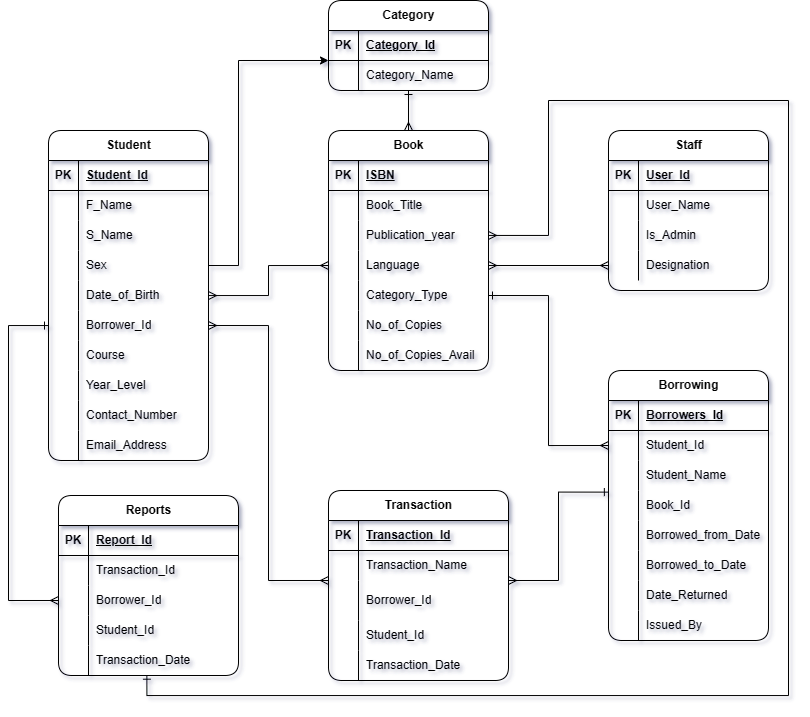
Jayrou12345/Flowchart keeps this draw.io diagram as ERP.png. Above is the earlier version. Source tidied: cells renumbered, new cells last; positions are measured from the earlier drawing's top-left corner, leaving out a move shared by most shapes.
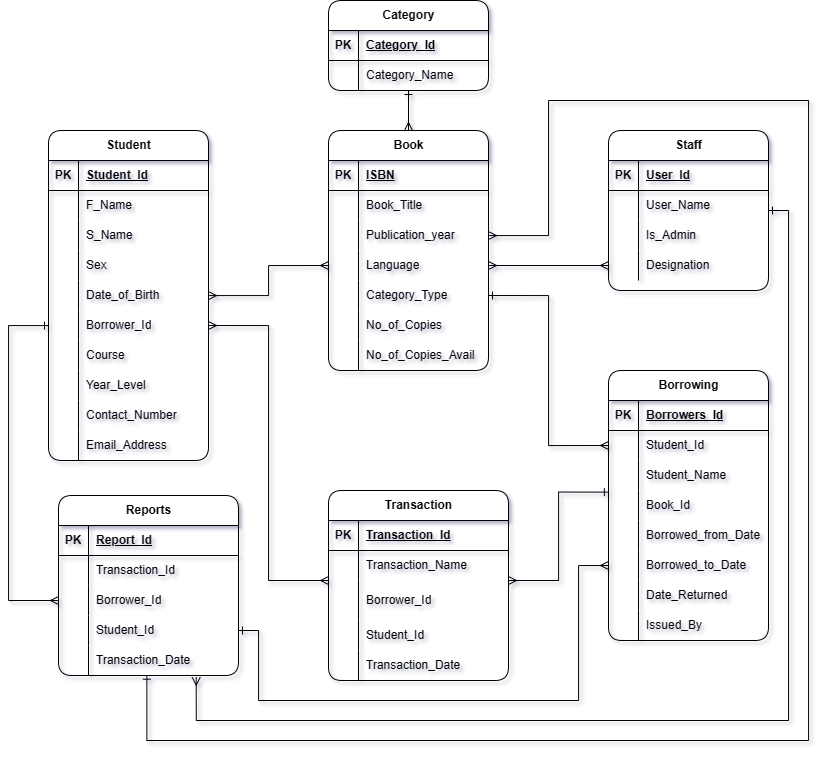
Later version of the same file.

Change to the diagram source:
```diff
@@ -167,6 +167,15 @@
     <mxCell id="56" value="Issued_By" style="shape=partialRectangle;fillColor=none;top=0;left=0;bottom=0;right=0;align=left;spacingLeft=6;overflow=hidden;whiteSpace=wrap;html=1;rounded=1;labelBackgroundColor=none;" parent="54" vertex="1">
       <mxGeometry x="30" width="130" height="30" as="geometry" />
     </mxCell>
+    <mxCell id="141" style="edgeStyle=orthogonalEdgeStyle;rounded=0;jettySize=auto;html=1;entryX=0.765;entryY=1.058;entryDx=0;entryDy=0;startArrow=ERone;startFill=0;endArrow=ERmany;endFill=0;entryPerimeter=0;" parent="1" edge="1" source="57" target="131">
+      <mxGeometry relative="1" as="geometry">
+        <Array as="points">
+          <mxPoint x="780" y="210" />
+          <mxPoint x="780" y="720" />
+          <mxPoint x="188" y="720" />
+        </Array>
+      </mxGeometry>
+    </mxCell>
     <mxCell id="57" value="Staff" style="shape=table;startSize=30;rowLines=0;fontStyle=1;align=center;html=1;rounded=1;labelBackgroundColor=none;" parent="1" vertex="1">
       <mxGeometry x="600" y="130" width="160" height="160" as="geometry" />
     </mxCell>
@@ -437,24 +446,24 @@
         <Array as="points">
           <mxPoint x="540" y="235" />
           <mxPoint x="540" y="100" />
-          <mxPoint x="780" y="100" />
-          <mxPoint x="780" y="695" />
-          <mxPoint x="138" y="695" />
+          <mxPoint x="800" y="100" />
+          <mxPoint x="800" y="740" />
+          <mxPoint x="138" y="740" />
         </Array>
       </mxGeometry>
     </mxCell>
     <mxCell id="139" style="edgeStyle=orthogonalEdgeStyle;rounded=0;jettySize=auto;html=1;entryX=0;entryY=0.5;entryDx=0;entryDy=0;startArrow=ERmany;startFill=0;endArrow=ERmany;endFill=0;" parent="1" edge="1" source="12" target="67">
       <mxGeometry relative="1" as="geometry" />
     </mxCell>
-    <mxCell id="140" style="edgeStyle=orthogonalEdgeStyle;rounded=0;jettySize=auto;html=1;exitX=1;exitY=0.5;exitDx=0;exitDy=0;" parent="1" edge="1" source="80">
-      <mxGeometry relative="1" as="geometry">
-        <mxPoint x="320" y="60" as="targetPoint" />
-        <Array as="points">
-          <mxPoint x="230" y="265" />
-          <mxPoint x="230" y="60" />
-          <mxPoint x="320" y="60" />
-        </Array>
-      </mxGeometry>
-    </mxCell>
+    <mxCell id="142" style="edgeStyle=orthogonalEdgeStyle;rounded=0;jettySize=auto;html=1;exitX=0;exitY=0.5;exitDx=0;exitDy=0;entryX=1;entryY=0.5;entryDx=0;entryDy=0;endArrow=ERone;endFill=0;startArrow=ERmany;startFill=0;" parent="1" edge="1" source="48" target="128">
+      <mxGeometry relative="1" as="geometry">
+        <Array as="points">
+          <mxPoint x="570" y="565" />
+          <mxPoint x="570" y="700" />
+          <mxPoint x="250" y="700" />
+          <mxPoint x="250" y="630" />
+        </Array>
+      </mxGeometry>
+    </mxCell>
   </root>
 </mxGraphModel>
```
